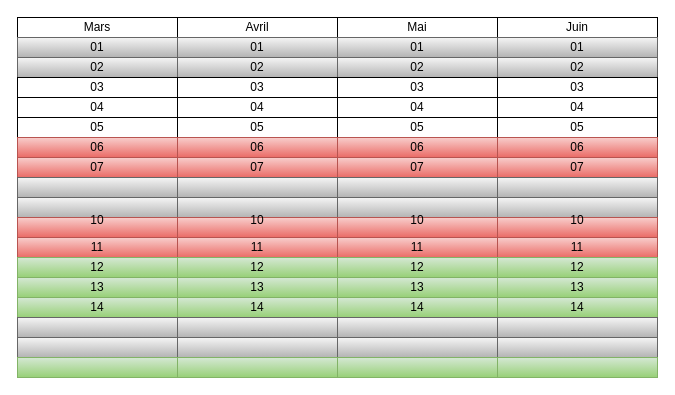
The draw.io diagram doc/calendrier.drawio in fcaumartin/calcul_date, before the edit. Source tidied: cells renumbered, new cells numbered last; positions are measured from the earlier drawing's top-left corner, leaving out a move shared by most shapes. Both pictures are drawn from the tidied source at 100%, with x=0, y=0 at pixel (17, 17).
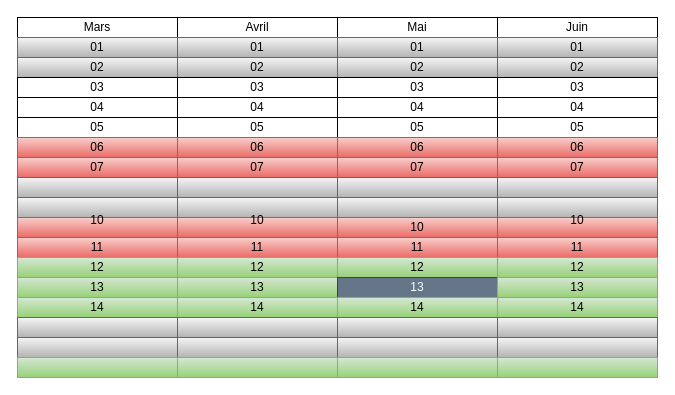
The same page after the edit.

Diff of the diagram source:
```diff
@@
-    <mxCell id="48" value="10&lt;div&gt;&lt;br&gt;&lt;/div&gt;" style="rounded=0;whiteSpace=wrap;html=1;fillColor=#f8cecc;gradientColor=#ea6b66;strokeColor=#b85450;" parent="1" vertex="1">
+    <mxCell id="48" value="&lt;div&gt;10&lt;/div&gt;" style="rounded=0;whiteSpace=wrap;html=1;fillColor=#f8cecc;gradientColor=#ea6b66;strokeColor=#b85450;" parent="1" vertex="1">
       <mxGeometry x="320" y="200" width="160" height="20" as="geometry" />
     </mxCell>
@@
-    <mxCell id="51" value="13" style="rounded=0;whiteSpace=wrap;html=1;fillColor=#d5e8d4;gradientColor=#97d077;strokeColor=#82b366;" parent="1" vertex="1">
+    <mxCell id="51" value="13" style="rounded=0;whiteSpace=wrap;html=1;fillColor=#647687;strokeColor=#314354;fontColor=#ffffff;" parent="1" vertex="1">
       <mxGeometry x="320" y="260" width="160" height="20" as="geometry" />
     </mxCell>
```
